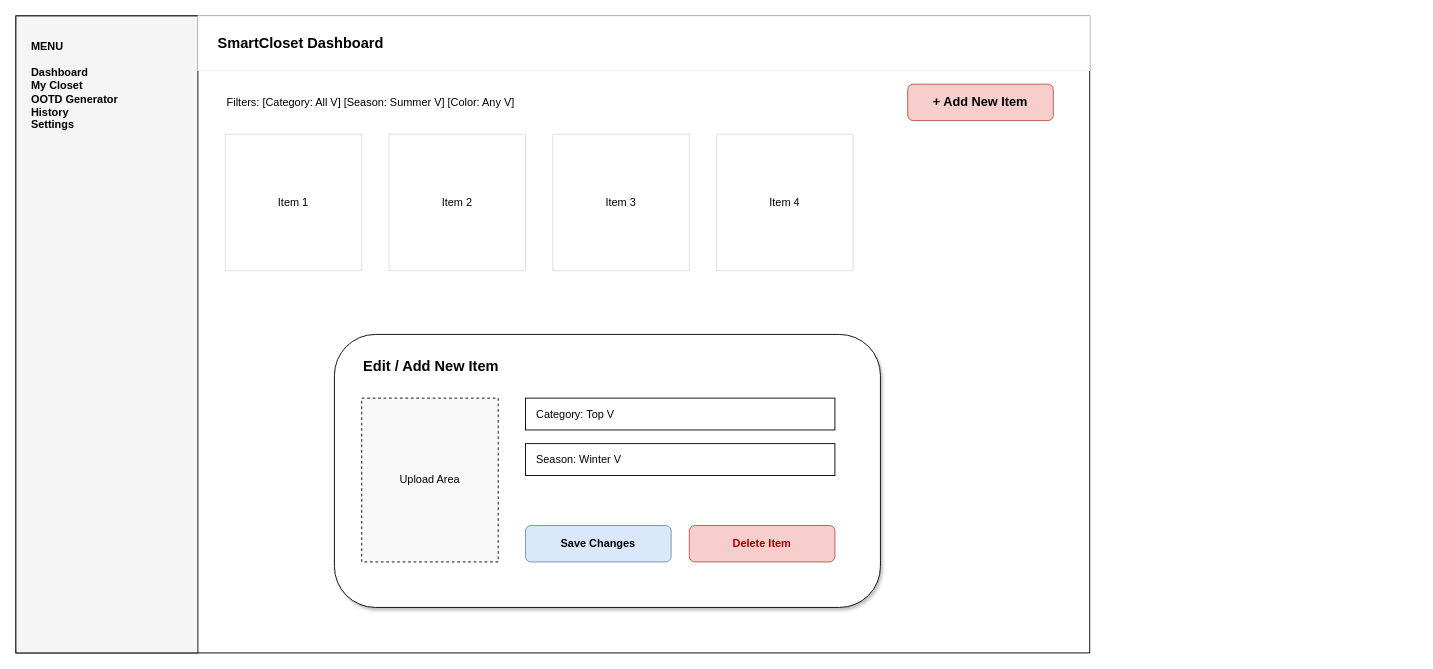
This is smart_closet_Wireframes_v3_dashboard.drawio from puff2002/COMPSCI5012_IT_CW, a draw.io file, before an edit. Source tidied: cells renumbered, new cells numbered last; positions are measured from the earlier drawing's top-left corner, leaving out a move shared by most shapes. Both pictures are drawn from the tidied source at 91%, with x=0, y=0 at pixel (15, 15).
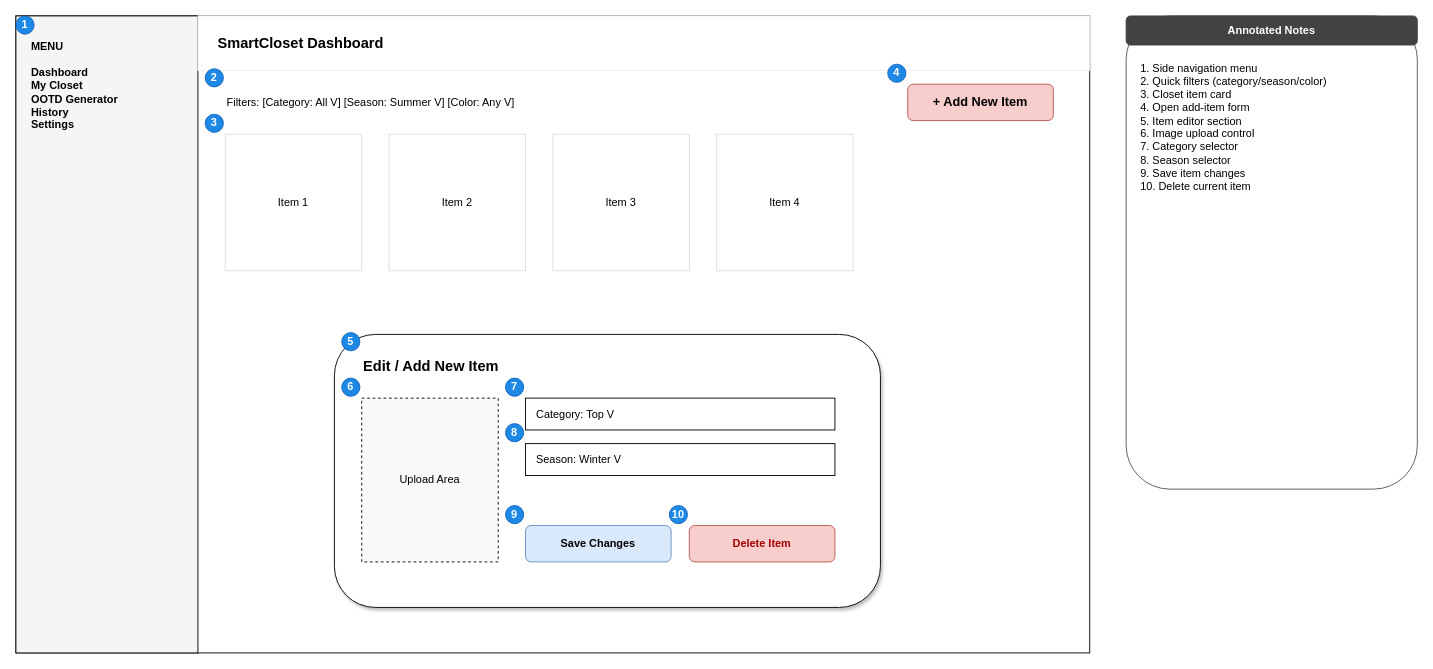
The same page after the edit.

Change to the diagram source:
```diff
@@
+    <mxCell id="18" value="1" style="ellipse;whiteSpace=wrap;html=1;fillColor=#1E88E5;strokeColor=#1565C0;fontColor=#FFFFFF;fontStyle=1;" parent="1" vertex="1">
+      <mxGeometry width="20" height="20" as="geometry" />
+    </mxCell>
+    <mxCell id="19" value="2" style="ellipse;whiteSpace=wrap;html=1;fillColor=#1E88E5;strokeColor=#1565C0;fontColor=#FFFFFF;fontStyle=1;" parent="1" vertex="1">
+      <mxGeometry x="208" y="58" width="20" height="20" as="geometry" />
+    </mxCell>
+    <mxCell id="20" value="3" style="ellipse;whiteSpace=wrap;html=1;fillColor=#1E88E5;strokeColor=#1565C0;fontColor=#FFFFFF;fontStyle=1;" parent="1" vertex="1">
+      <mxGeometry x="208" y="108" width="20" height="20" as="geometry" />
+    </mxCell>
+    <mxCell id="21" value="4" style="ellipse;whiteSpace=wrap;html=1;fillColor=#1E88E5;strokeColor=#1565C0;fontColor=#FFFFFF;fontStyle=1;" parent="1" vertex="1">
+      <mxGeometry x="958" y="53" width="20" height="20" as="geometry" />
+    </mxCell>
+    <mxCell id="22" value="5" style="ellipse;whiteSpace=wrap;html=1;fillColor=#1E88E5;strokeColor=#1565C0;fontColor=#FFFFFF;fontStyle=1;" parent="1" vertex="1">
+      <mxGeometry x="358" y="348" width="20" height="20" as="geometry" />
+    </mxCell>
+    <mxCell id="23" value="6" style="ellipse;whiteSpace=wrap;html=1;fillColor=#1E88E5;strokeColor=#1565C0;fontColor=#FFFFFF;fontStyle=1;" parent="1" vertex="1">
+      <mxGeometry x="358" y="398" width="20" height="20" as="geometry" />
+    </mxCell>
+    <mxCell id="24" value="7" style="ellipse;whiteSpace=wrap;html=1;fillColor=#1E88E5;strokeColor=#1565C0;fontColor=#FFFFFF;fontStyle=1;" parent="1" vertex="1">
+      <mxGeometry x="538" y="398" width="20" height="20" as="geometry" />
+    </mxCell>
+    <mxCell id="25" value="8" style="ellipse;whiteSpace=wrap;html=1;fillColor=#1E88E5;strokeColor=#1565C0;fontColor=#FFFFFF;fontStyle=1;" parent="1" vertex="1">
+      <mxGeometry x="538" y="448" width="20" height="20" as="geometry" />
+    </mxCell>
+    <mxCell id="26" value="9" style="ellipse;whiteSpace=wrap;html=1;fillColor=#1E88E5;strokeColor=#1565C0;fontColor=#FFFFFF;fontStyle=1;" parent="1" vertex="1">
+      <mxGeometry x="538" y="538" width="20" height="20" as="geometry" />
+    </mxCell>
+    <mxCell id="27" value="10" style="ellipse;whiteSpace=wrap;html=1;fillColor=#1E88E5;strokeColor=#1565C0;fontColor=#FFFFFF;fontStyle=1;" parent="1" vertex="1">
+      <mxGeometry x="718" y="538" width="20" height="20" as="geometry" />
+    </mxCell>
+    <mxCell id="28" style="rounded=1;whiteSpace=wrap;html=1;fillColor=#FFFFFF;strokeColor=#555555;" parent="1" vertex="1">
+      <mxGeometry x="1220" width="320" height="520" as="geometry" />
+    </mxCell>
+    <mxCell id="29" value="Annotated Notes" style="rounded=1;whiteSpace=wrap;html=1;fillColor=#424242;strokeColor=#424242;fontColor=#FFFFFF;fontStyle=1;" parent="1" vertex="1">
+      <mxGeometry x="1220" width="320" height="32" as="geometry" />
+    </mxCell>
+    <mxCell id="30" value="1. Side navigation menu&lt;br&gt;2. Quick filters (category/season/color)&lt;br&gt;3. Closet item card&lt;br&gt;4. Open add-item form&lt;br&gt;5. Item editor section&lt;br&gt;6. Image upload control&lt;br&gt;7. Category selector&lt;br&gt;8. Season selector&lt;br&gt;9. Save item changes&lt;br&gt;10. Delete current item" style="text;html=1;align=left;verticalAlign=top;spacingLeft=6;spacingTop=4;" parent="1" vertex="1">
+      <mxGeometry x="1228" y="40" width="304" height="472" as="geometry" />
+    </mxCell>
```
